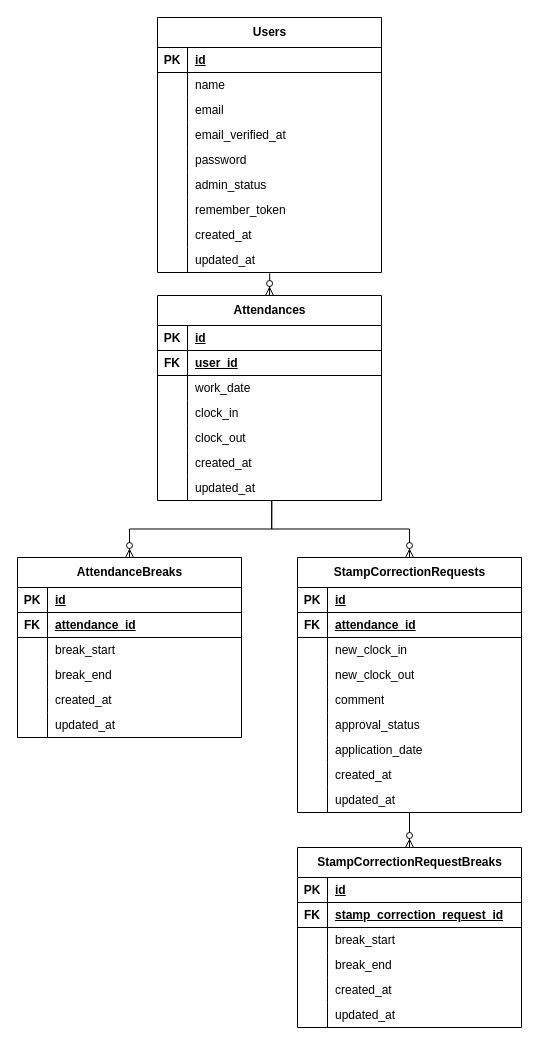
Earlier version of the draw.io diagram er.drawio (kuboyuina0601/attendance-app). Source tidied: cells renumbered, new cells numbered last; positions are measured from the earlier drawing's top-left corner, leaving out a move shared by most shapes. Both pictures are drawn from the tidied source at 100%, with x=0, y=0 at pixel (17, 17).
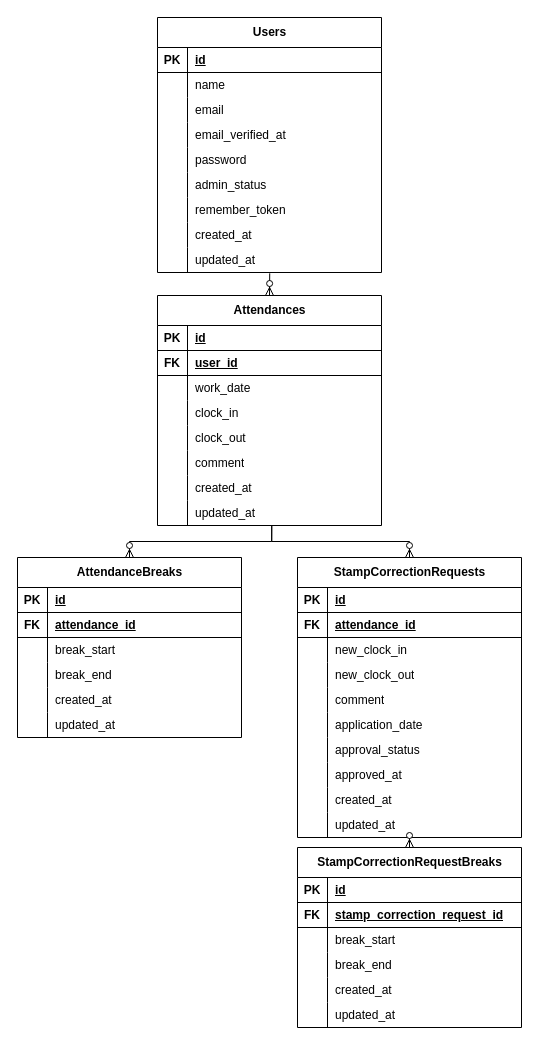
After the change.

Unchanged cells that the change refers to:
```xml
<mxCell id="87" style="shape=tableRow;horizontal=0;startSize=0;swimlaneHead=0;swimlaneBody=0;fillColor=none;top=0;left=0;right=0;bottom=0;" parent="71" vertex="1">
  <mxGeometry y="155" width="224" height="25" as="geometry" />
</mxCell>
<mxCell id="90" style="shape=tableRow;horizontal=0;startSize=0;swimlaneHead=0;swimlaneBody=0;fillColor=none;top=0;left=0;right=0;bottom=0;" parent="71" vertex="1">
  <mxGeometry y="180" width="224" height="25" as="geometry" />
</mxCell>
```

Change to the diagram source:
```diff
@@
     <mxCell id="30" value="Attendances" style="shape=table;startSize=30;childLayout=tableLayout;rowLines=0;fontStyle=1;align=center;html=1;" parent="1" vertex="1">
-      <mxGeometry x="140" y="278" width="224" height="205" as="geometry" />
+      <mxGeometry x="140" y="278" width="224" height="230" as="geometry" />
     </mxCell>
@@
+    <mxCell id="122" style="shape=tableRow;horizontal=0;startSize=0;swimlaneHead=0;swimlaneBody=0;fillColor=none;top=0;left=0;right=0;bottom=0;" parent="30" vertex="1">
+      <mxGeometry y="155" width="224" height="25" as="geometry" />
+    </mxCell>
+    <mxCell id="123" style="shape=partialRectangle;fillColor=none;top=0;left=0;bottom=0;right=0;overflow=hidden;whiteSpace=wrap;html=1;" parent="122" vertex="1">
+      <mxGeometry width="30" height="25" as="geometry" />
+    </mxCell>
+    <mxCell id="124" value="comment" style="shape=partialRectangle;fillColor=none;top=0;left=0;bottom=0;right=0;align=left;spacingLeft=6;overflow=hidden;whiteSpace=wrap;html=1;" parent="122" vertex="1">
+      <mxGeometry x="30" width="194" height="25" as="geometry" />
+    </mxCell>
     <mxCell id="46" style="shape=tableRow;horizontal=0;startSize=0;swimlaneHead=0;swimlaneBody=0;fillColor=none;top=0;left=0;right=0;bottom=0;" parent="30" vertex="1">
-      <mxGeometry y="155" width="224" height="25" as="geometry" />
+      <mxGeometry y="180" width="224" height="25" as="geometry" />
     </mxCell>
@@
     <mxCell id="49" style="shape=tableRow;horizontal=0;startSize=0;swimlaneHead=0;swimlaneBody=0;fillColor=none;points=[[0,0.5],[1,0.5]];portConstraint=eastwest;top=0;left=0;right=0;bottom=0;" parent="30" vertex="1">
-      <mxGeometry y="180" width="224" height="25" as="geometry" />
+      <mxGeometry y="205" width="224" height="25" as="geometry" />
     </mxCell>
@@
     <mxCell id="71" value="StampCorrectionRequests" style="shape=table;startSize=30;childLayout=tableLayout;rowLines=0;fontStyle=1;align=center;html=1;" parent="1" vertex="1">
-      <mxGeometry x="280" y="540" width="224" height="255" as="geometry" />
+      <mxGeometry x="280" y="540" width="224" height="280" as="geometry" />
     </mxCell>
@@
-    <mxCell id="89" value="approval_status" style="shape=partialRectangle;fillColor=none;top=0;left=0;bottom=0;right=0;align=left;spacingLeft=6;overflow=hidden;whiteSpace=wrap;html=1;" parent="87" vertex="1">
+    <mxCell id="89" value="&lt;span style=&quot;color: rgb(0, 0, 0);&quot;&gt;application_date&lt;/span&gt;" style="shape=partialRectangle;fillColor=none;top=0;left=0;bottom=0;right=0;align=left;spacingLeft=6;overflow=hidden;whiteSpace=wrap;html=1;" parent="87" vertex="1">
       <mxGeometry x="30" width="194" height="25" as="geometry" />
     </mxCell>
@@
-    <mxCell id="92" value="application_date" style="shape=partialRectangle;fillColor=none;top=0;left=0;bottom=0;right=0;align=left;spacingLeft=6;overflow=hidden;whiteSpace=wrap;html=1;" parent="90" vertex="1">
+    <mxCell id="92" value="approval_status" style="shape=partialRectangle;fillColor=none;top=0;left=0;bottom=0;right=0;align=left;spacingLeft=6;overflow=hidden;whiteSpace=wrap;html=1;" parent="90" vertex="1">
       <mxGeometry x="30" width="194" height="25" as="geometry" />
     </mxCell>
+    <mxCell id="125" style="shape=tableRow;horizontal=0;startSize=0;swimlaneHead=0;swimlaneBody=0;fillColor=none;top=0;left=0;right=0;bottom=0;" parent="71" vertex="1">
+      <mxGeometry y="205" width="224" height="25" as="geometry" />
+    </mxCell>
+    <mxCell id="126" style="shape=partialRectangle;fillColor=none;top=0;left=0;bottom=0;right=0;overflow=hidden;whiteSpace=wrap;html=1;" parent="125" vertex="1">
+      <mxGeometry width="30" height="25" as="geometry" />
+    </mxCell>
+    <mxCell id="127" value="approved_at" style="shape=partialRectangle;fillColor=none;top=0;left=0;bottom=0;right=0;align=left;spacingLeft=6;overflow=hidden;whiteSpace=wrap;html=1;" parent="125" vertex="1">
+      <mxGeometry x="30" width="194" height="25" as="geometry" />
+    </mxCell>
     <mxCell id="93" style="shape=tableRow;horizontal=0;startSize=0;swimlaneHead=0;swimlaneBody=0;fillColor=none;top=0;left=0;right=0;bottom=0;" parent="71" vertex="1">
-      <mxGeometry y="205" width="224" height="25" as="geometry" />
+      <mxGeometry y="230" width="224" height="25" as="geometry" />
     </mxCell>
@@
     <mxCell id="96" style="shape=tableRow;horizontal=0;startSize=0;swimlaneHead=0;swimlaneBody=0;fillColor=none;points=[[0,0.5],[1,0.5]];portConstraint=eastwest;top=0;left=0;right=0;bottom=0;" parent="71" vertex="1">
-      <mxGeometry y="230" width="224" height="25" as="geometry" />
+      <mxGeometry y="255" width="224" height="25" as="geometry" />
     </mxCell>
```
